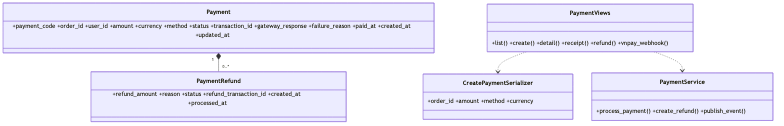
Nanyak/final_kttkpm keeps this Mermaid diagram as docs/images/06-class-payment.png. Above is the earlier version. Its source is kept beside it as docs/images/06-class-payment.mmd. Source of this version:
```mermaid
classDiagram
  class Payment { +payment_code +order_id +user_id +amount +currency +method +status +transaction_id +gateway_response +failure_reason +paid_at +created_at +updated_at }
  class PaymentRefund { +refund_amount +reason +status +refund_transaction_id +created_at +processed_at }
  class PaymentViews { +list() +create() +detail() +receipt() +refund() +vnpay_webhook() }
  class PaymentService { +process_payment() +create_refund() +publish_event() }
  class CreatePaymentSerializer { +order_id +amount +method +currency }
  Payment "1" *-- "0..*" PaymentRefund
  PaymentViews ..> CreatePaymentSerializer
  PaymentViews ..> PaymentService
```
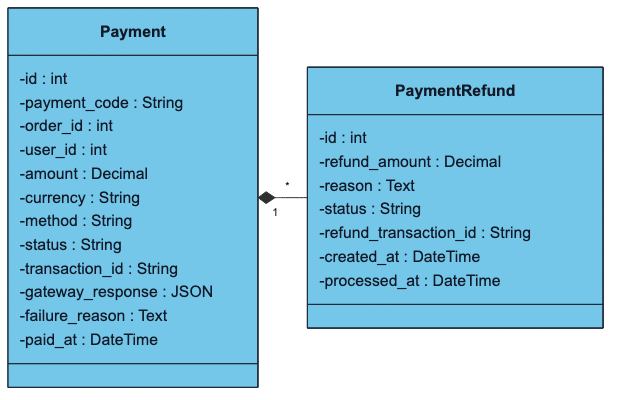
Later version of the same file.

Change to the diagram source:
```diff
@@ -1,9 +1,27 @@
+%%{init: {"theme": "base", "themeVariables": {"primaryColor": "#74c7e8", "primaryBorderColor": "#1f2937", "primaryTextColor": "#111827", "lineColor": "#2f2f2f", "fontFamily": "Arial"}}}%%
 classDiagram
-  class Payment { +payment_code +order_id +user_id +amount +currency +method +status +transaction_id +gateway_response +failure_reason +paid_at +created_at +updated_at }
-  class PaymentRefund { +refund_amount +reason +status +refund_transaction_id +created_at +processed_at }
-  class PaymentViews { +list() +create() +detail() +receipt() +refund() +vnpay_webhook() }
-  class PaymentService { +process_payment() +create_refund() +publish_event() }
-  class CreatePaymentSerializer { +order_id +amount +method +currency }
-  Payment "1" *-- "0..*" PaymentRefund
-  PaymentViews ..> CreatePaymentSerializer
-  PaymentViews ..> PaymentService
+  direction LR
+  class Payment {
+    -id : int
+    -payment_code : String
+    -order_id : int
+    -user_id : int
+    -amount : Decimal
+    -currency : String
+    -method : String
+    -status : String
+    -transaction_id : String
+    -gateway_response : JSON
+    -failure_reason : Text
+    -paid_at : DateTime
+  }
+  class PaymentRefund {
+    -id : int
+    -refund_amount : Decimal
+    -reason : Text
+    -status : String
+    -refund_transaction_id : String
+    -created_at : DateTime
+    -processed_at : DateTime
+  }
+  Payment "1" *-- "*" PaymentRefund
```
